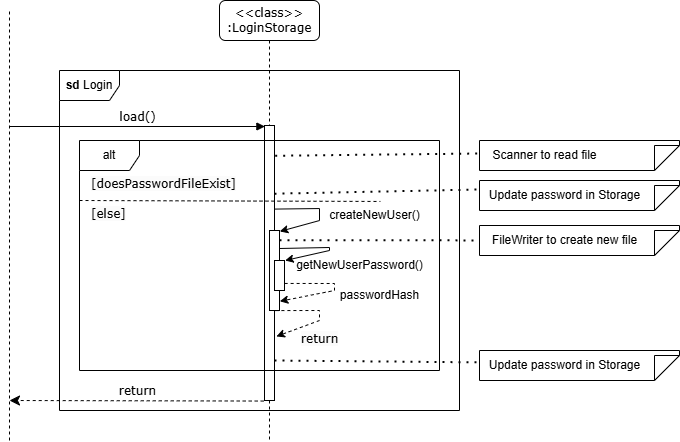
wongwh2002/CS2113TeamProject keeps this draw.io diagram as docs/Diagrams/Storage/loginStorageSD.png. Above is the earlier version. Source tidied: cells renumbered, new cells last; positions are measured from the earlier drawing's top-left corner, leaving out a move shared by most shapes.
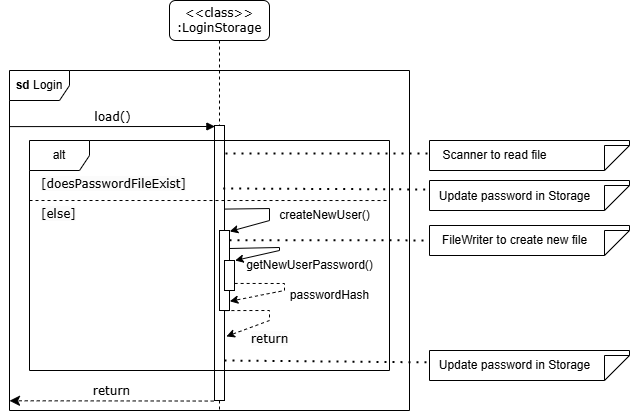
The same diagram one commit later.

Diff of the diagram source:
```diff
@@ -3,22 +3,20 @@
     <mxCell id="0" />
     <mxCell id="1" parent="0" />
     <mxCell id="2" value="&amp;lt;&amp;lt;class&amp;gt;&amp;gt;&lt;br&gt;:LoginStorage" style="shape=umlLifeline;perimeter=lifelinePerimeter;whiteSpace=wrap;html=1;rounded=1;shadow=0;comic=0;labelBackgroundColor=none;strokeWidth=1;fontFamily=Verdana;fontSize=12;align=center;" parent="1" vertex="1">
-      <mxGeometry x="210" width="100" height="440" as="geometry" />
+      <mxGeometry x="210" width="100" height="410" as="geometry" />
     </mxCell>
     <mxCell id="3" style="html=1;points=[];perimeter=orthogonalPerimeter;rounded=0;shadow=0;comic=0;labelBackgroundColor=none;strokeWidth=1;fontFamily=Verdana;fontSize=12;align=center;" parent="2" vertex="1">
       <mxGeometry x="45" y="125" width="10" height="275" as="geometry" />
     </mxCell>
-    <mxCell id="4" value="load()" style="html=1;verticalAlign=bottom;endArrow=block;labelBackgroundColor=none;fontFamily=Verdana;fontSize=12;edgeStyle=elbowEdgeStyle;elbow=vertical;entryX=0.039;entryY=0.002;entryDx=0;entryDy=0;entryPerimeter=0;" parent="1" edge="1" target="3">
-      <mxGeometry relative="1" as="geometry">
-        <mxPoint y="126" as="sourcePoint" />
-      </mxGeometry>
+    <mxCell id="4" value="load()" style="html=1;verticalAlign=bottom;endArrow=block;labelBackgroundColor=none;fontFamily=Verdana;fontSize=12;edgeStyle=elbowEdgeStyle;elbow=vertical;entryX=0.039;entryY=0.002;entryDx=0;entryDy=0;entryPerimeter=0;exitX=-0.001;exitY=0.165;exitDx=0;exitDy=0;exitPerimeter=0;" parent="1" edge="1" source="5" target="3">
+      <mxGeometry relative="1" as="geometry" />
     </mxCell>
     <mxCell id="5" value="&lt;b&gt;sd&lt;/b&gt; Login" style="shape=umlFrame;whiteSpace=wrap;html=1;" parent="1" vertex="1">
       <mxGeometry x="50" y="70" width="400" height="340" as="geometry" />
     </mxCell>
     <mxCell id="6" value="return" style="html=1;verticalAlign=bottom;endArrow=classic;dashed=1;endSize=8;labelBackgroundColor=none;fontFamily=Verdana;fontSize=12;edgeStyle=elbowEdgeStyle;elbow=vertical;endFill=1;exitX=-0.078;exitY=1.002;exitDx=0;exitDy=0;exitPerimeter=0;" parent="1" edge="1" source="3">
       <mxGeometry relative="1" as="geometry">
-        <mxPoint y="400" as="targetPoint" />
+        <mxPoint x="50" y="400" as="targetPoint" />
       </mxGeometry>
     </mxCell>
     <mxCell id="7" value="alt" style="shape=umlFrame;whiteSpace=wrap;html=1;" parent="1" vertex="1">
@@ -27,16 +25,9 @@
     <mxCell id="8" value="&lt;span style=&quot;color: rgb(0, 0, 0); font-family: Verdana; font-size: 12px; font-style: normal; font-variant-ligatures: normal; font-variant-caps: normal; font-weight: 400; letter-spacing: normal; orphans: 2; text-align: center; text-indent: 0px; text-transform: none; widows: 2; word-spacing: 0px; -webkit-text-stroke-width: 0px; background-color: rgb(251, 251, 251); text-decoration-thickness: initial; text-decoration-style: initial; text-decoration-color: initial; float: none; display: inline !important;&quot;&gt;[doesPasswordFileExist]&lt;/span&gt;" style="text;whiteSpace=wrap;html=1;" parent="1" vertex="1">
       <mxGeometry x="80" y="170" width="70" height="40" as="geometry" />
     </mxCell>
-    <mxCell id="9" style="endArrow=none;dashed=1;html=1;rounded=0;" parent="1" edge="1">
-      <mxGeometry relative="1" as="geometry">
-        <mxPoint y="440" as="sourcePoint" />
-        <mxPoint y="10" as="targetPoint" />
-      </mxGeometry>
-    </mxCell>
-    <mxCell id="10" style="endArrow=none;dashed=1;html=1;rounded=0;entryX=1.001;entryY=0.499;entryDx=0;entryDy=0;entryPerimeter=0;exitX=-0.002;exitY=0.495;exitDx=0;exitDy=0;exitPerimeter=0;" parent="1" edge="1">
+    <mxCell id="10" style="endArrow=none;dashed=1;html=1;rounded=0;entryX=0.998;entryY=0.261;entryDx=0;entryDy=0;entryPerimeter=0;exitX=-0.002;exitY=0.495;exitDx=0;exitDy=0;exitPerimeter=0;" parent="1" edge="1" target="7">
       <mxGeometry relative="1" as="geometry">
         <mxPoint x="70" y="200" as="sourcePoint" />
-        <mxPoint x="370.9" y="201" as="targetPoint" />
       </mxGeometry>
     </mxCell>
     <mxCell id="11" value="&lt;span style=&quot;color: rgb(0, 0, 0); font-family: Verdana; font-size: 12px; font-style: normal; font-variant-ligatures: normal; font-variant-caps: normal; font-weight: 400; letter-spacing: normal; orphans: 2; text-align: center; text-indent: 0px; text-transform: none; widows: 2; word-spacing: 0px; -webkit-text-stroke-width: 0px; background-color: rgb(251, 251, 251); text-decoration-thickness: initial; text-decoration-style: initial; text-decoration-color: initial; float: none; display: inline !important;&quot;&gt;[else]&lt;/span&gt;" style="text;whiteSpace=wrap;html=1;" parent="1" vertex="1">
@@ -95,7 +86,7 @@
     <mxCell id="21" value="&lt;span style=&quot;color: rgb(0, 0, 0); font-family: Verdana; font-size: 12px; font-style: normal; font-variant-ligatures: normal; font-variant-caps: normal; font-weight: 400; letter-spacing: normal; orphans: 2; text-align: center; text-indent: 0px; text-transform: none; widows: 2; word-spacing: 0px; -webkit-text-stroke-width: 0px; white-space: nowrap; background-color: rgb(251, 251, 251); text-decoration-thickness: initial; text-decoration-style: initial; text-decoration-color: initial; display: inline !important; float: none;&quot;&gt;return&lt;/span&gt;" style="text;whiteSpace=wrap;html=1;" parent="1" vertex="1">
       <mxGeometry x="290" y="325" width="70" height="40" as="geometry" />
     </mxCell>
-    <mxCell id="22" style="endArrow=none;dashed=1;html=1;dashPattern=1 3;strokeWidth=2;rounded=0;exitX=0.998;exitY=0.248;exitDx=0;exitDy=0;exitPerimeter=0;" parent="1" edge="1" source="3">
+    <mxCell id="22" style="endArrow=none;dashed=1;html=1;dashPattern=1 3;strokeWidth=2;rounded=0;exitX=0.871;exitY=0.229;exitDx=0;exitDy=0;exitPerimeter=0;" parent="1" edge="1" source="3">
       <mxGeometry relative="1" as="geometry">
         <mxPoint x="471" y="189" as="targetPoint" />
       </mxGeometry>
@@ -103,8 +94,9 @@
     <mxCell id="23" style="shape=note2;boundedLbl=1;whiteSpace=wrap;html=1;size=25;verticalAlign=top;align=center;flipV=1;" parent="1" vertex="1">
       <mxGeometry x="470" y="140" width="200" height="30" as="geometry" />
     </mxCell>
-    <mxCell id="24" style="endArrow=none;dashed=1;html=1;dashPattern=1 3;strokeWidth=2;rounded=0;exitX=1.069;exitY=0.11;exitDx=0;exitDy=0;exitPerimeter=0;" parent="1" edge="1" source="3">
+    <mxCell id="24" style="endArrow=none;dashed=1;html=1;dashPattern=1 3;strokeWidth=2;rounded=0;" parent="1" edge="1">
       <mxGeometry relative="1" as="geometry">
+        <mxPoint x="266" y="153" as="sourcePoint" />
         <mxPoint x="470" y="153" as="targetPoint" />
       </mxGeometry>
     </mxCell>
@@ -115,7 +107,7 @@
       <mxGeometry x="470" y="180" width="200" height="30" as="geometry" />
     </mxCell>
     <mxCell id="27" value="Update password in Storage" style="text;html=1;align=center;verticalAlign=middle;strokeColor=none;fillColor=none;" parent="1" vertex="1">
-      <mxGeometry x="470" y="180" width="170" height="30" as="geometry" />
+      <mxGeometry x="470" y="181" width="170" height="30" as="geometry" />
     </mxCell>
     <mxCell id="28" style="shape=note2;boundedLbl=1;whiteSpace=wrap;html=1;size=25;verticalAlign=top;align=center;flipV=1;" parent="1" vertex="1">
       <mxGeometry x="470" y="350" width="200" height="30" as="geometry" />
```
